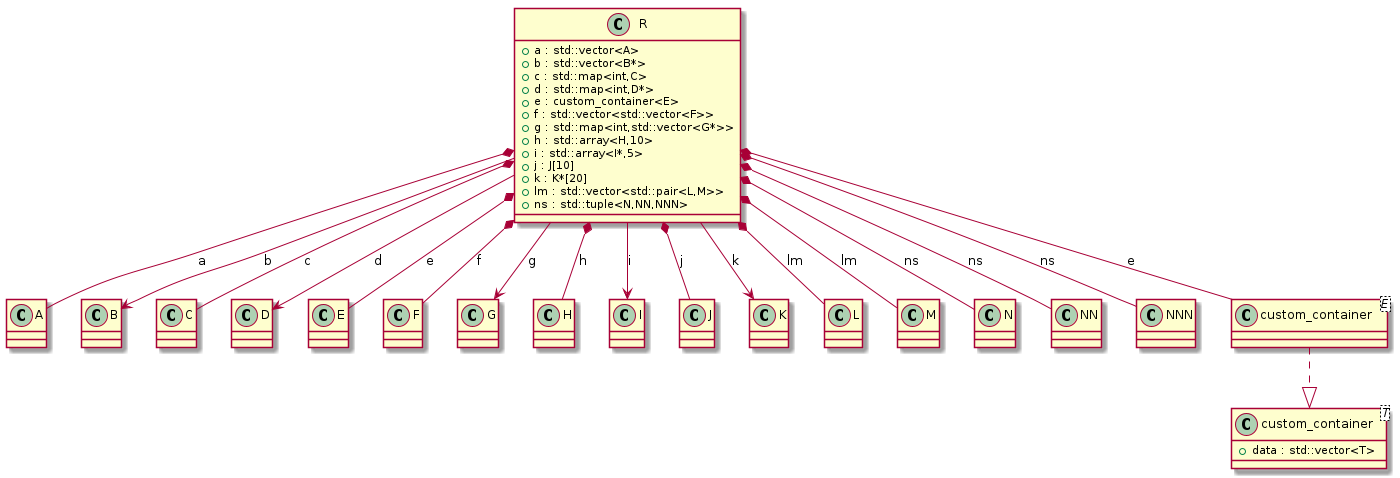
This is docs/test_cases/t00006_class.png from bkryza/clang-uml, a PlantUML export, as it was before one commit.
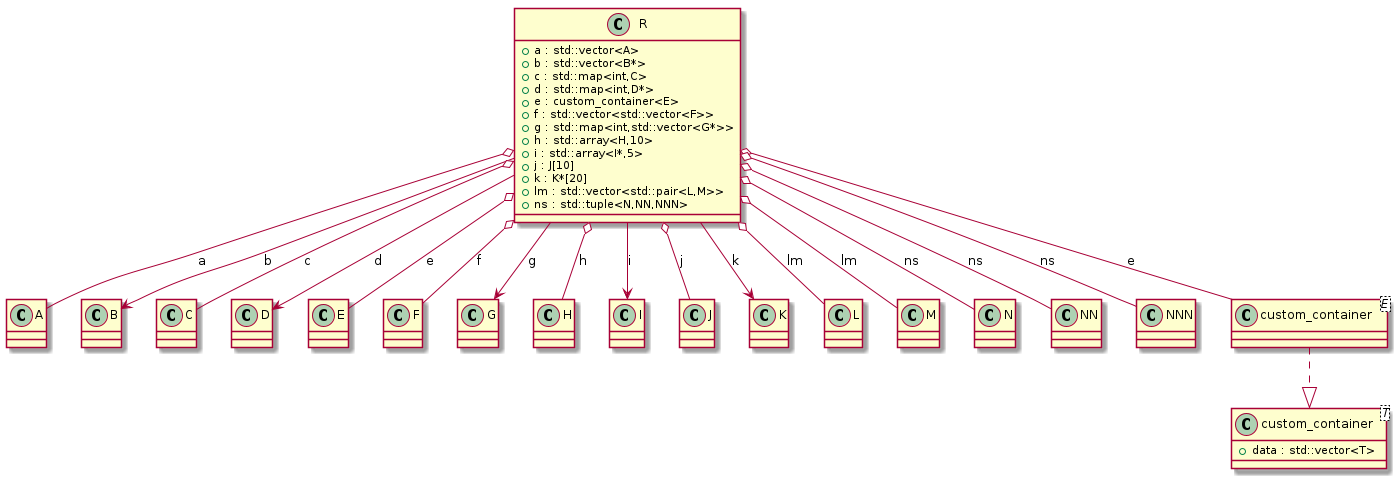
The same diagram one commit later.

The edit, as a diff of the source:
```diff
@@ -108,22 +108,22 @@
 +lm : std::vector<std::pair<L,M>>
 +ns : std::tuple<N,NN,NNN>
 }
-C_0000000079 *-- C_0000000045 : a
+C_0000000079 o-- C_0000000045 : a
 C_0000000079 --> C_0000000047 : b
-C_0000000079 *-- C_0000000049 : c
+C_0000000079 o-- C_0000000049 : c
 C_0000000079 --> C_0000000051 : d
-C_0000000079 *-- C_0000000080 : e
-C_0000000079 *-- C_0000000053 : e
-C_0000000079 *-- C_0000000055 : f
+C_0000000079 o-- C_0000000080 : e
+C_0000000079 o-- C_0000000053 : e
+C_0000000079 o-- C_0000000055 : f
 C_0000000079 --> C_0000000057 : g
-C_0000000079 *-- C_0000000059 : h
+C_0000000079 o-- C_0000000059 : h
 C_0000000079 --> C_0000000061 : i
-C_0000000079 *-- C_0000000063 : j
+C_0000000079 o-- C_0000000063 : j
 C_0000000079 --> C_0000000065 : k
-C_0000000079 *-- C_0000000067 : lm
-C_0000000079 *-- C_0000000069 : lm
-C_0000000079 *-- C_0000000071 : ns
-C_0000000079 *-- C_0000000073 : ns
-C_0000000079 *-- C_0000000075 : ns
+C_0000000079 o-- C_0000000067 : lm
+C_0000000079 o-- C_0000000069 : lm
+C_0000000079 o-- C_0000000071 : ns
+C_0000000079 o-- C_0000000073 : ns
+C_0000000079 o-- C_0000000075 : ns
 
 @enduml
```
